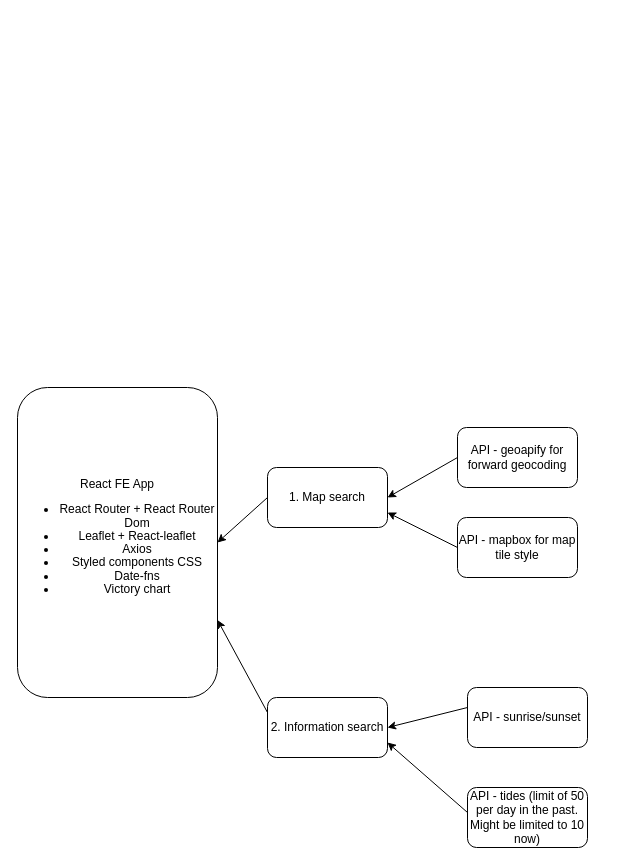
Before: lightide/diagram.drawio in zyteo/LighTide, a draw.io diagram. Source tidied: cells renumbered, new cells numbered last; positions are measured from the earlier drawing's top-left corner, leaving out a move shared by most shapes. Both pictures are drawn from the tidied source at 100%, with x=0, y=0 at pixel (17, 387).
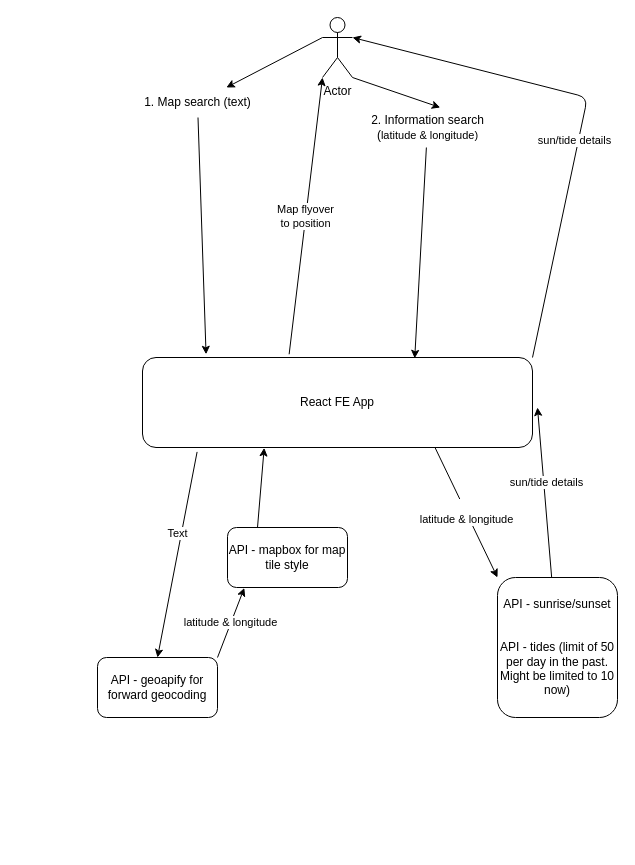
The same page after the edit.

Commit message (it also covers changes not shown here):
adjusted diagram

Diff of the diagram source:
```diff
@@
+    <mxCell id="15" style="edgeStyle=none;html=1;exitX=0.14;exitY=1.049;exitDx=0;exitDy=0;entryX=0.5;entryY=0;entryDx=0;entryDy=0;exitPerimeter=0;" parent="1" edge="1" source="2" target="7">
+      <mxGeometry relative="1" as="geometry" />
+    </mxCell>
+    <mxCell id="16" value="Text" style="edgeLabel;html=1;align=center;verticalAlign=middle;" parent="15" vertex="1">
+      <mxGeometry x="-0.21" y="-4" relative="1" as="geometry" />
+    </mxCell>
+    <mxCell id="17" value="Map flyover&lt;br&gt;to position" style="edgeStyle=none;html=1;exitX=0.376;exitY=-0.036;exitDx=0;exitDy=0;exitPerimeter=0;entryX=0;entryY=1;entryDx=0;entryDy=0;entryPerimeter=0;" parent="1" edge="1" source="2" target="27">
+      <mxGeometry relative="1" as="geometry" />
+    </mxCell>
+    <mxCell id="18" value="&lt;br&gt;&lt;span style=&quot;border-color: var(--border-color); color: rgb(0, 0, 0); font-family: Helvetica; font-style: normal; font-variant-ligatures: normal; font-variant-caps: normal; font-weight: 400; letter-spacing: normal; orphans: 2; text-align: center; text-indent: 0px; text-transform: none; widows: 2; word-spacing: 0px; -webkit-text-stroke-width: 0px; text-decoration-thickness: initial; text-decoration-style: initial; text-decoration-color: initial; font-size: 11px; background-color: rgb(255, 255, 255);&quot;&gt;latitude &amp;amp; longitude&lt;/span&gt;&lt;br&gt;" style="edgeStyle=none;html=1;exitX=0.75;exitY=1;exitDx=0;exitDy=0;entryX=0;entryY=0;entryDx=0;entryDy=0;" parent="1" edge="1" source="2" target="5">
+      <mxGeometry relative="1" as="geometry" />
+    </mxCell>
+    <mxCell id="19" style="edgeStyle=none;html=1;exitX=1;exitY=0;exitDx=0;exitDy=0;entryX=1;entryY=0.3333333333333333;entryDx=0;entryDy=0;entryPerimeter=0;" parent="1" edge="1" source="2" target="27">
+      <mxGeometry relative="1" as="geometry">
+        <Array as="points">
+          <mxPoint x="570" y="-290" />
+        </Array>
+      </mxGeometry>
+    </mxCell>
+    <mxCell id="20" value="sun/tide details" style="edgeLabel;html=1;align=center;verticalAlign=middle;" parent="19" vertex="1">
+      <mxGeometry x="-0.13" y="4" relative="1" as="geometry" />
+    </mxCell>
-    <mxCell id="2" value="React FE App&lt;br&gt;&lt;ul style=&quot;line-height: 110%;&quot; dir=&quot;auto&quot;&gt;&lt;li&gt;React Router + React Router Dom&lt;/li&gt;&lt;li&gt;Leaflet + React-leaflet&lt;/li&gt;&lt;li&gt;Axios&lt;/li&gt;&lt;li&gt;Styled components CSS&lt;/li&gt;&lt;li&gt;Date-fns&lt;/li&gt;&lt;li&gt;Victory chart&lt;/li&gt;&lt;/ul&gt;" style="rounded=1;whiteSpace=wrap;html=1;align=center;" parent="1" vertex="1">
-      <mxGeometry width="200" height="310" as="geometry" />
+    <mxCell id="2" value="React FE App" style="rounded=1;whiteSpace=wrap;html=1;align=center;" parent="1" vertex="1">
+      <mxGeometry x="125" y="-30" width="390" height="90" as="geometry" />
     </mxCell>
-    <mxCell id="3" value="2. Information search" style="rounded=1;whiteSpace=wrap;html=1;" parent="1" vertex="1">
-      <mxGeometry x="250" y="310" width="120" height="60" as="geometry" />
-    </mxCell>
-    <mxCell id="4" value="1. Map search" style="rounded=1;whiteSpace=wrap;html=1;" parent="1" vertex="1">
-      <mxGeometry x="250" y="80" width="120" height="60" as="geometry" />
-    </mxCell>
+    <mxCell id="21" style="edgeStyle=none;html=1;" parent="1" edge="1" source="5">
+      <mxGeometry relative="1" as="geometry">
+        <mxPoint x="520" y="20" as="targetPoint" />
+      </mxGeometry>
+    </mxCell>
+    <mxCell id="22" value="sun/tide details" style="edgeLabel;html=1;align=center;verticalAlign=middle;" parent="21" vertex="1">
+      <mxGeometry x="0.13" y="-2" relative="1" as="geometry" />
+    </mxCell>
-    <mxCell id="5" value="API - sunrise/sunset" style="rounded=1;whiteSpace=wrap;html=1;" parent="1" vertex="1">
-      <mxGeometry x="450" y="300" width="120" height="60" as="geometry" />
+    <mxCell id="5" value="API - sunrise/sunset&lt;br&gt;&lt;br&gt;&lt;br&gt;API - tides (limit of 50 per day in the past. Might be limited to 10 now)" style="rounded=1;whiteSpace=wrap;html=1;" parent="1" vertex="1">
+      <mxGeometry x="480" y="190" width="120" height="140" as="geometry" />
     </mxCell>
-    <mxCell id="6" value="API - tides (limit of 50 per day in the past. Might be limited to 10 now)" style="rounded=1;whiteSpace=wrap;html=1;" parent="1" vertex="1">
-      <mxGeometry x="450" y="400" width="120" height="60" as="geometry" />
-    </mxCell>
+    <mxCell id="23" value="latitude &amp;amp; longitude" style="edgeStyle=none;html=1;exitX=1;exitY=0;exitDx=0;exitDy=0;entryX=0.14;entryY=1.007;entryDx=0;entryDy=0;entryPerimeter=0;" parent="1" edge="1" source="7" target="8">
+      <mxGeometry relative="1" as="geometry" />
+    </mxCell>
     <mxCell id="7" value="API - geoapify for forward geocoding" style="rounded=1;whiteSpace=wrap;html=1;" parent="1" vertex="1">
-      <mxGeometry x="440" y="40" width="120" height="60" as="geometry" />
+      <mxGeometry x="80" y="270" width="120" height="60" as="geometry" />
     </mxCell>
+    <mxCell id="24" style="edgeStyle=none;html=1;exitX=0.25;exitY=0;exitDx=0;exitDy=0;entryX=0.312;entryY=1.004;entryDx=0;entryDy=0;entryPerimeter=0;" parent="1" edge="1" source="8" target="2">
+      <mxGeometry relative="1" as="geometry" />
+    </mxCell>
     <mxCell id="8" value="API - mapbox for map tile style" style="rounded=1;whiteSpace=wrap;html=1;" parent="1" vertex="1">
-      <mxGeometry x="440" y="130" width="120" height="60" as="geometry" />
+      <mxGeometry x="210" y="140" width="120" height="60" as="geometry" />
     </mxCell>
-    <mxCell id="9" style="endArrow=classic;html=1;entryX=1;entryY=0.5;entryDx=0;entryDy=0;exitX=0;exitY=0.5;exitDx=0;exitDy=0;" parent="1" edge="1" source="4" target="2">
-      <mxGeometry relative="1" as="geometry" />
-    </mxCell>
-    <mxCell id="10" style="endArrow=classic;html=1;entryX=1;entryY=0.75;entryDx=0;entryDy=0;exitX=0;exitY=0.25;exitDx=0;exitDy=0;" parent="1" edge="1" source="3" target="2">
-      <mxGeometry relative="1" as="geometry" />
-    </mxCell>
-    <mxCell id="11" style="endArrow=classic;html=1;entryX=1;entryY=0.5;entryDx=0;entryDy=0;exitX=0;exitY=0.5;exitDx=0;exitDy=0;" parent="1" edge="1" target="4">
-      <mxGeometry relative="1" as="geometry">
-        <mxPoint x="440" y="70" as="sourcePoint" />
-      </mxGeometry>
-    </mxCell>
-    <mxCell id="12" style="endArrow=classic;html=1;entryX=1;entryY=0.5;entryDx=0;entryDy=0;exitX=0;exitY=0.5;exitDx=0;exitDy=0;" parent="1" edge="1" target="3">
-      <mxGeometry relative="1" as="geometry">
-        <mxPoint x="450" y="320" as="sourcePoint" />
-      </mxGeometry>
-    </mxCell>
-    <mxCell id="13" style="endArrow=classic;html=1;entryX=1;entryY=0.75;entryDx=0;entryDy=0;exitX=0;exitY=0.5;exitDx=0;exitDy=0;" parent="1" edge="1" source="8" target="4">
-      <mxGeometry relative="1" as="geometry" />
-    </mxCell>
-    <mxCell id="14" style="endArrow=classic;html=1;entryX=1;entryY=0.75;entryDx=0;entryDy=0;exitX=0;exitY=0.5;exitDx=0;exitDy=0;" parent="1" edge="1" target="3">
-      <mxGeometry relative="1" as="geometry">
-        <mxPoint x="450" y="425" as="sourcePoint" />
-      </mxGeometry>
-    </mxCell>
+    <mxCell id="25" style="edgeStyle=none;html=1;exitX=0;exitY=0.3333333333333333;exitDx=0;exitDy=0;exitPerimeter=0;" parent="1" edge="1" source="27" target="29">
+      <mxGeometry relative="1" as="geometry" />
+    </mxCell>
+    <mxCell id="26" style="edgeStyle=none;html=1;exitX=1;exitY=1;exitDx=0;exitDy=0;exitPerimeter=0;entryX=0.591;entryY=0;entryDx=0;entryDy=0;entryPerimeter=0;" parent="1" edge="1" source="27" target="31">
+      <mxGeometry relative="1" as="geometry" />
+    </mxCell>
+    <mxCell id="27" value="Actor" style="shape=umlActor;verticalLabelPosition=bottom;verticalAlign=top;html=1;outlineConnect=0;" parent="1" vertex="1">
+      <mxGeometry x="305" y="-370" width="30" height="60" as="geometry" />
+    </mxCell>
+    <mxCell id="28" style="edgeStyle=none;html=1;entryX=0.163;entryY=-0.036;entryDx=0;entryDy=0;entryPerimeter=0;" parent="1" edge="1" source="29" target="2">
+      <mxGeometry relative="1" as="geometry" />
+    </mxCell>
+    <mxCell id="29" value="&lt;span style=&quot;&quot;&gt;1. Map search (text)&lt;/span&gt;" style="text;html=1;align=center;verticalAlign=middle;points=[];strokeColor=none;fillColor=none;" parent="1" vertex="1">
+      <mxGeometry x="115" y="-300" width="130" height="30" as="geometry" />
+    </mxCell>
+    <mxCell id="30" style="edgeStyle=none;html=1;entryX=0.698;entryY=0.009;entryDx=0;entryDy=0;entryPerimeter=0;" parent="1" edge="1" source="31" target="2">
+      <mxGeometry relative="1" as="geometry" />
+    </mxCell>
+    <mxCell id="31" value="&lt;span style=&quot;&quot;&gt;2. Information search &lt;br&gt;(&lt;/span&gt;&lt;span style=&quot;font-size: 11px; background-color: rgb(255, 255, 255);&quot;&gt;latitude &amp;amp; longitude)&lt;/span&gt;" style="text;html=1;align=center;verticalAlign=middle;points=[];strokeColor=none;fillColor=none;" parent="1" vertex="1">
+      <mxGeometry x="340" y="-280" width="140" height="40" as="geometry" />
+    </mxCell>
```
